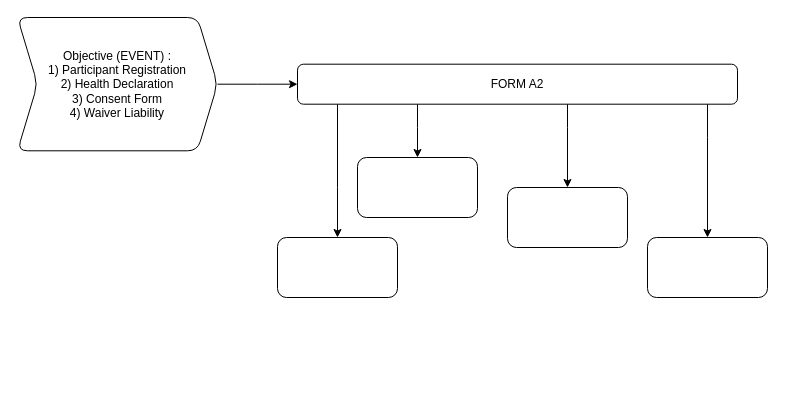
The draw.io diagram Untitled Diagram.drawio in afirdaus04/REACHflowchart, before the edit. Source tidied: cells renumbered, new cells numbered last; positions are measured from the earlier drawing's top-left corner, leaving out a move shared by most shapes. Both pictures are drawn from the tidied source at 100%, with x=0, y=0 at pixel (17, 17).
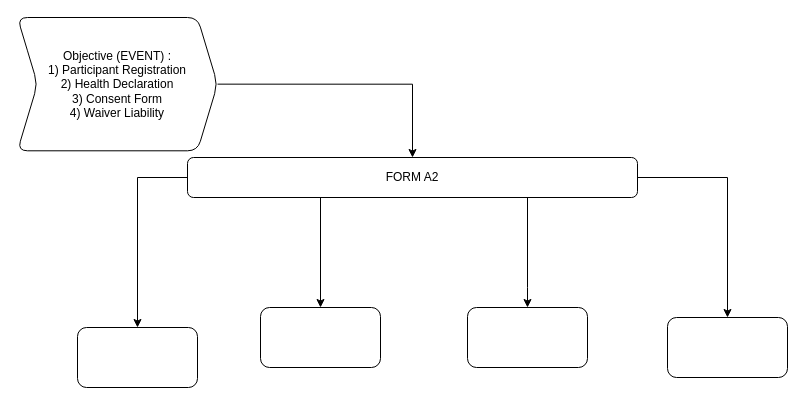
Above is the later version.

The edit, as a diff of the source:
```diff
@@
 <mxGraphModel>
   <root>
     <mxCell id="0" />
     <mxCell id="1" parent="0" />
     <mxCell id="2" style="edgeStyle=orthogonalEdgeStyle;rounded=0;jettySize=auto;html=1;entryX=0.5;entryY=0;entryDx=0;entryDy=0;" parent="1" edge="1" source="6" target="9">
       <mxGeometry relative="1" as="geometry">
         <Array as="points">
           <mxPoint x="320" y="170" />
           <mxPoint x="320" y="170" />
         </Array>
       </mxGeometry>
     </mxCell>
-    <mxCell id="3" style="edgeStyle=orthogonalEdgeStyle;rounded=0;jettySize=auto;html=1;entryX=0.5;entryY=0;entryDx=0;entryDy=0;" parent="1" edge="1" source="6" target="10">
+    <mxCell id="3" style="edgeStyle=orthogonalEdgeStyle;rounded=0;jettySize=auto;html=1;entryX=0.5;entryY=0;entryDx=0;entryDy=0;exitX=0;exitY=0.5;exitDx=0;exitDy=0;" parent="1" edge="1" source="6" target="10">
       <mxGeometry relative="1" as="geometry">
         <Array as="points">
-          <mxPoint x="400" y="110" />
-          <mxPoint x="400" y="110" />
+          <mxPoint x="120" y="160" />
         </Array>
       </mxGeometry>
     </mxCell>
-    <mxCell id="4" style="edgeStyle=orthogonalEdgeStyle;rounded=0;jettySize=auto;html=1;entryX=0.5;entryY=0;entryDx=0;entryDy=0;" parent="1" edge="1" source="6" target="11">
+    <mxCell id="4" style="edgeStyle=orthogonalEdgeStyle;rounded=0;jettySize=auto;html=1;entryX=0.5;entryY=0;entryDx=0;entryDy=0;exitX=1;exitY=0.5;exitDx=0;exitDy=0;" parent="1" edge="1" source="6" target="11">
       <mxGeometry relative="1" as="geometry">
         <Array as="points">
-          <mxPoint x="690" y="120" />
-          <mxPoint x="690" y="120" />
+          <mxPoint x="710" y="160" />
         </Array>
       </mxGeometry>
     </mxCell>
-    <mxCell id="5" style="edgeStyle=orthogonalEdgeStyle;rounded=0;jettySize=auto;html=1;" parent="1" edge="1" source="6" target="12">
-      <mxGeometry relative="1" as="geometry">
-        <Array as="points">
-          <mxPoint x="550" y="110" />
-          <mxPoint x="550" y="110" />
-        </Array>
-      </mxGeometry>
-    </mxCell>
     <mxCell id="6" value="FORM A2" style="rounded=1;whiteSpace=wrap;html=1;fontSize=12;glass=0;strokeWidth=1;shadow=0;" parent="1" vertex="1">
-      <mxGeometry x="280" y="46.7" width="440" height="40" as="geometry" />
+      <mxGeometry x="170" y="140" width="450" height="40" as="geometry" />
     </mxCell>
-    <mxCell id="7" style="edgeStyle=orthogonalEdgeStyle;rounded=0;jettySize=auto;html=1;" parent="1" edge="1" source="8" target="6">
+    <mxCell id="7" style="edgeStyle=orthogonalEdgeStyle;rounded=0;jettySize=auto;html=1;exitX=1;exitY=0.5;exitDx=0;exitDy=0;" parent="1" edge="1" source="8" target="6">
       <mxGeometry relative="1" as="geometry" />
     </mxCell>
     <mxCell id="8" value="Objective (EVENT) :&lt;br&gt;1) Participant Registration&lt;br&gt;2) Health Declaration&lt;br&gt;3) Consent Form&lt;br&gt;4) Waiver Liability" style="shape=step;perimeter=stepPerimeter;whiteSpace=wrap;html=1;fixedSize=1;rounded=1;glass=0;strokeWidth=1;shadow=0;" parent="1" vertex="1">
       <mxGeometry width="200" height="133.3" as="geometry" />
     </mxCell>
     <mxCell id="9" style="rounded=1;whiteSpace=wrap;html=1;glass=0;strokeWidth=1;shadow=0;" parent="1" vertex="1">
-      <mxGeometry x="260" y="220" width="120" height="60" as="geometry" />
+      <mxGeometry x="243" y="290" width="120" height="60" as="geometry" />
     </mxCell>
     <mxCell id="10" style="rounded=1;whiteSpace=wrap;html=1;glass=0;strokeWidth=1;shadow=0;" parent="1" vertex="1">
-      <mxGeometry x="340" y="140" width="120" height="60" as="geometry" />
+      <mxGeometry x="60" y="310" width="120" height="60" as="geometry" />
     </mxCell>
     <mxCell id="11" style="rounded=1;whiteSpace=wrap;html=1;glass=0;strokeWidth=1;shadow=0;" parent="1" vertex="1">
-      <mxGeometry x="630" y="220" width="120" height="60" as="geometry" />
+      <mxGeometry x="650" y="300" width="120" height="60" as="geometry" />
     </mxCell>
     <mxCell id="12" style="rounded=1;whiteSpace=wrap;html=1;glass=0;strokeWidth=1;shadow=0;" parent="1" vertex="1">
-      <mxGeometry x="490" y="170" width="120" height="60" as="geometry" />
+      <mxGeometry x="450" y="290" width="120" height="60" as="geometry" />
     </mxCell>
+    <mxCell id="5" style="edgeStyle=orthogonalEdgeStyle;rounded=0;jettySize=auto;html=1;entryX=0.5;entryY=0;entryDx=0;entryDy=0;exitX=0.75;exitY=1;exitDx=0;exitDy=0;" parent="1" edge="1" source="6" target="12">
+      <mxGeometry relative="1" as="geometry">
+        <Array as="points">
+          <mxPoint x="510" y="180" />
+          <mxPoint x="510" y="270" />
+        </Array>
+      </mxGeometry>
+    </mxCell>
   </root>
 </mxGraphModel>
```
